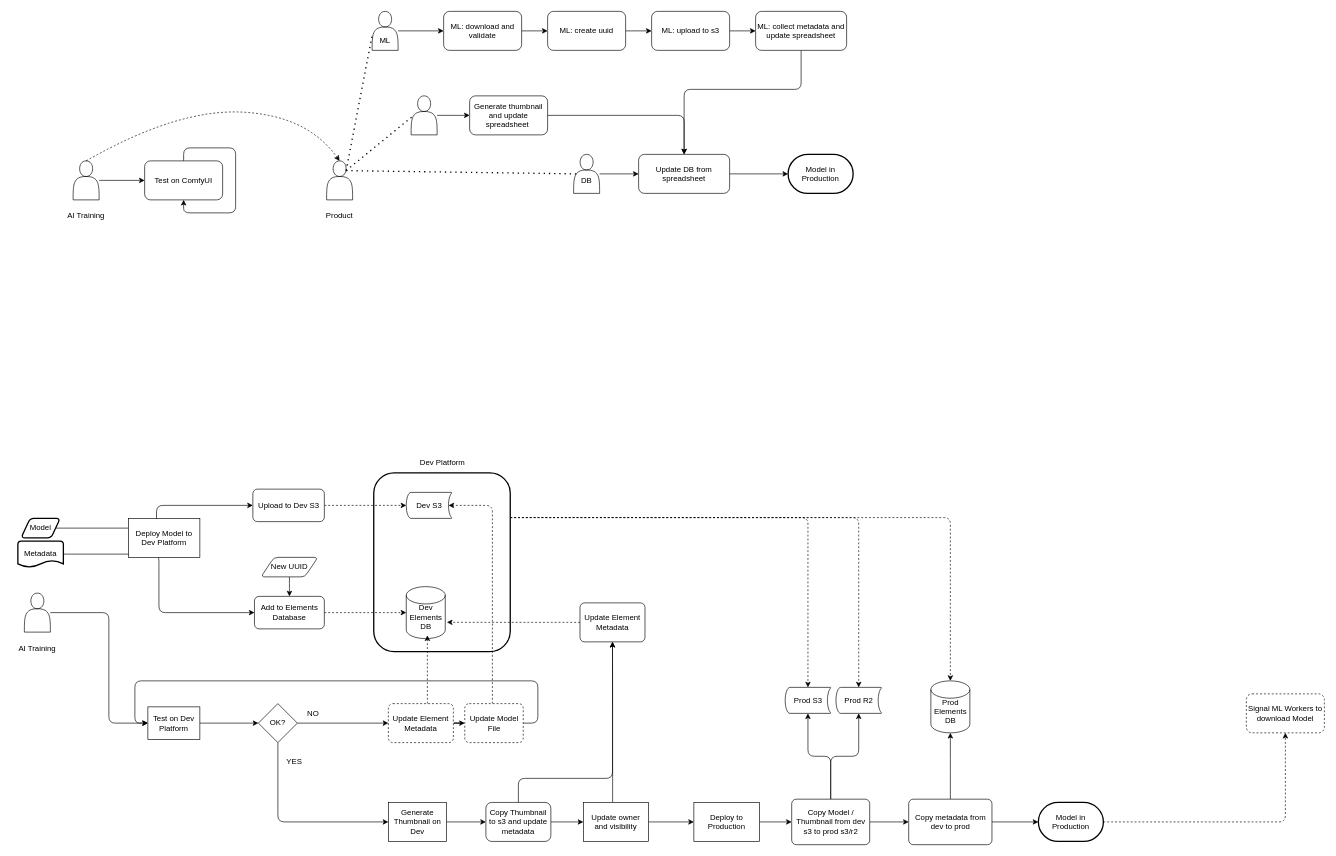
Before: LoRA-lifecycles.drawio in lachlan-nicholson/gravity, a draw.io diagram. Source tidied: cells renumbered, new cells numbered last; positions are measured from the earlier drawing's top-left corner, leaving out a move shared by most shapes. Both pictures are drawn from the tidied source at 65%, with x=0, y=0 at pixel (11, 11).
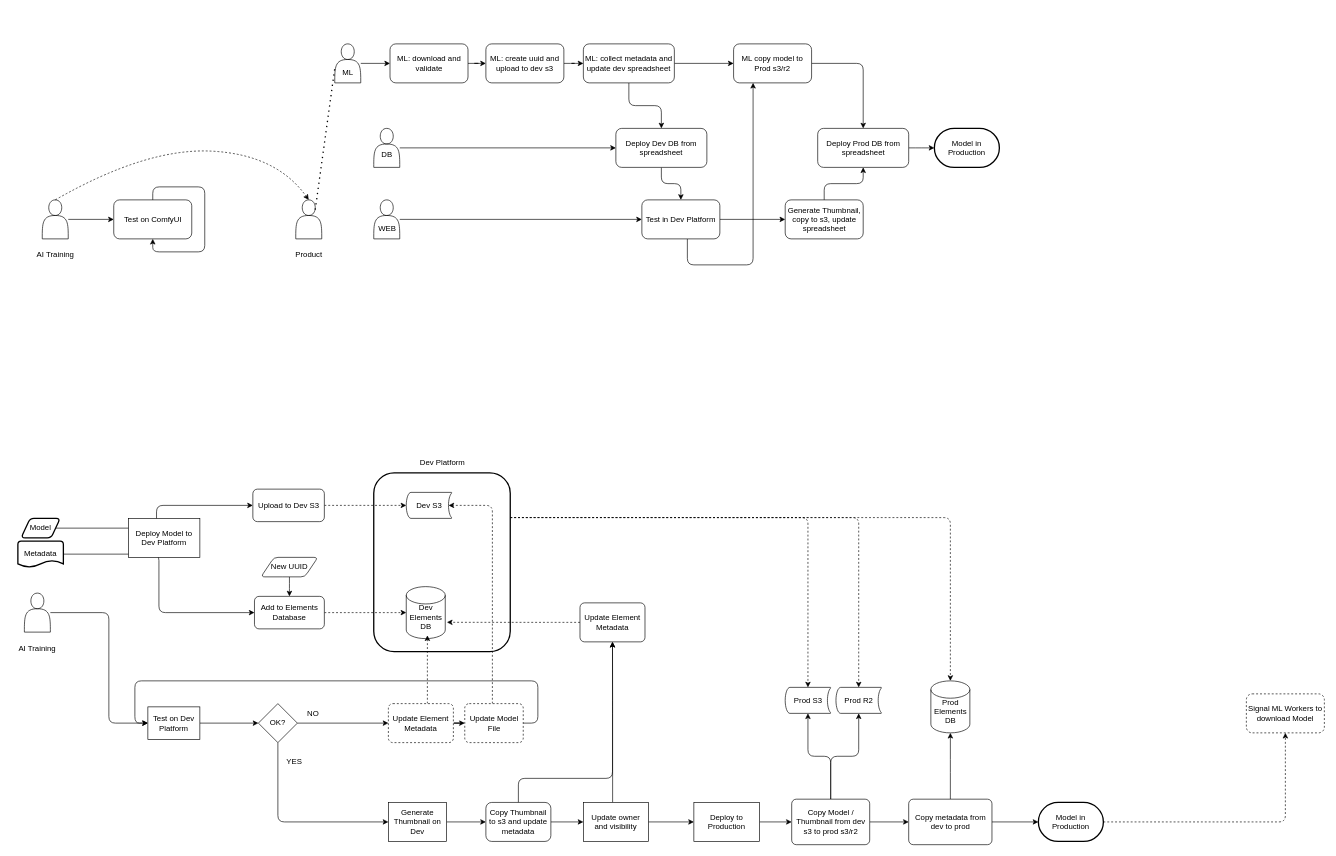
Above is the later version.

Diff of the diagram source:
```diff
@@
     <mxCell id="3" style="shape=actor;whiteSpace=wrap;html=1;rounded=1;" parent="1" vertex="1">
-      <mxGeometry x="95" y="230" width="40" height="60" as="geometry" />
+      <mxGeometry x="47.5" y="290" width="40" height="60" as="geometry" />
     </mxCell>
     <mxCell id="4" value="Test on ComfyUI" style="rounded=1;whiteSpace=wrap;html=1;" parent="1" vertex="1">
-      <mxGeometry x="205" y="230" width="120" height="60" as="geometry" />
+      <mxGeometry x="157.5" y="290" width="120" height="60" as="geometry" />
     </mxCell>
@@
     <mxCell id="6" value="&lt;p style=&quot;line-height: 140%;&quot;&gt;&lt;br&gt;&lt;/p&gt;" style="shape=actor;whiteSpace=wrap;html=1;rounded=1;" parent="1" vertex="1">
-      <mxGeometry x="555" width="40" height="60" as="geometry" />
+      <mxGeometry x="497.5" y="50" width="40" height="60" as="geometry" />
     </mxCell>
@@
     <mxCell id="8" value="ML: download and validate" style="rounded=1;whiteSpace=wrap;html=1;" parent="1" vertex="1">
-      <mxGeometry x="665" width="120" height="60" as="geometry" />
+      <mxGeometry x="582.5" y="50" width="120" height="60" as="geometry" />
     </mxCell>
-    <mxCell id="9" style="edgeStyle=orthogonalEdgeStyle;rounded=1;jettySize=auto;html=1;" parent="1" edge="1" source="10" target="12">
-      <mxGeometry relative="1" as="geometry" />
-    </mxCell>
-    <mxCell id="10" value="ML: upload to s3" style="rounded=1;whiteSpace=wrap;html=1;" parent="1" vertex="1">
-      <mxGeometry x="985" width="120" height="60" as="geometry" />
-    </mxCell>
-    <mxCell id="11" style="edgeStyle=orthogonalEdgeStyle;rounded=1;jettySize=auto;html=1;entryX=0.5;entryY=0;entryDx=0;entryDy=0;" parent="1" edge="1" source="12" target="34">
-      <mxGeometry relative="1" as="geometry">
-        <Array as="points">
-          <mxPoint x="1215" y="120" />
-          <mxPoint x="1035" y="120" />
-        </Array>
-      </mxGeometry>
-    </mxCell>
+    <mxCell id="93" style="edgeStyle=orthogonalEdgeStyle;rounded=1;jettySize=auto;html=1;entryX=0;entryY=0.5;entryDx=0;entryDy=0;" parent="1" edge="1" source="12" target="106">
+      <mxGeometry relative="1" as="geometry" />
+    </mxCell>
+    <mxCell id="94" style="edgeStyle=orthogonalEdgeStyle;rounded=1;jettySize=auto;html=1;entryX=0.5;entryY=0;entryDx=0;entryDy=0;" parent="1" edge="1" source="12" target="101">
+      <mxGeometry relative="1" as="geometry" />
+    </mxCell>
-    <mxCell id="12" value="ML: collect metadata and update spreadsheet" style="rounded=1;whiteSpace=wrap;html=1;" parent="1" vertex="1">
-      <mxGeometry x="1145" width="140" height="60" as="geometry" />
+    <mxCell id="12" value="ML: collect metadata and update dev spreadsheet" style="rounded=1;whiteSpace=wrap;html=1;" parent="1" vertex="1">
+      <mxGeometry x="880" y="50" width="140" height="60" as="geometry" />
     </mxCell>
@@
     <mxCell id="14" style="shape=actor;whiteSpace=wrap;html=1;rounded=1;" parent="1" vertex="1">
-      <mxGeometry x="615" y="130" width="40" height="60" as="geometry" />
+      <mxGeometry x="557.5" y="290" width="40" height="60" as="geometry" />
     </mxCell>
-    <mxCell id="15" style="edgeStyle=orthogonalEdgeStyle;rounded=1;jettySize=auto;html=1;exitX=1;exitY=0.5;exitDx=0;exitDy=0;" parent="1" edge="1" source="16" target="10">
-      <mxGeometry relative="1" as="geometry" />
-    </mxCell>
+    <mxCell id="95" style="edgeStyle=orthogonalEdgeStyle;rounded=1;jettySize=auto;html=1;entryX=0;entryY=0.5;entryDx=0;entryDy=0;" parent="1" edge="1" source="16" target="12">
+      <mxGeometry relative="1" as="geometry" />
+    </mxCell>
-    <mxCell id="16" value="ML: create uuid" style="rounded=1;whiteSpace=wrap;html=1;" parent="1" vertex="1">
-      <mxGeometry x="825" width="120" height="60" as="geometry" />
+    <mxCell id="16" value="ML: create uuid and upload to dev s3" style="rounded=1;whiteSpace=wrap;html=1;" parent="1" vertex="1">
+      <mxGeometry x="730" y="50" width="120" height="60" as="geometry" />
     </mxCell>
-    <mxCell id="17" style="edgeStyle=orthogonalEdgeStyle;rounded=1;jettySize=auto;html=1;entryX=0.5;entryY=0;entryDx=0;entryDy=0;" parent="1" edge="1" source="18" target="34">
-      <mxGeometry relative="1" as="geometry" />
-    </mxCell>
+    <mxCell id="96" style="edgeStyle=orthogonalEdgeStyle;rounded=1;jettySize=auto;html=1;entryX=0;entryY=0.5;entryDx=0;entryDy=0;" parent="1" edge="1" source="18" target="103">
+      <mxGeometry relative="1" as="geometry" />
+    </mxCell>
+    <mxCell id="97" style="edgeStyle=orthogonalEdgeStyle;rounded=1;jettySize=auto;html=1;entryX=0.25;entryY=1;entryDx=0;entryDy=0;" parent="1" edge="1" source="18" target="106">
+      <mxGeometry relative="1" as="geometry">
+        <Array as="points">
+          <mxPoint x="1040" y="390" />
+          <mxPoint x="1141" y="390" />
+        </Array>
+      </mxGeometry>
+    </mxCell>
-    <mxCell id="18" value="Generate thumbnail and update spreadsheet&amp;nbsp;" style="rounded=1;whiteSpace=wrap;html=1;" parent="1" vertex="1">
-      <mxGeometry x="705" y="130" width="120" height="60" as="geometry" />
+    <mxCell id="18" value="Test in Dev Platform" style="rounded=1;whiteSpace=wrap;html=1;" parent="1" vertex="1">
+      <mxGeometry x="970" y="290" width="120" height="60" as="geometry" />
     </mxCell>
@@
-    <mxCell id="21" style="edgeStyle=orthogonalEdgeStyle;rounded=1;jettySize=auto;html=1;entryX=0;entryY=0.5;entryDx=0;entryDy=0;" parent="1" edge="1" source="22" target="34">
-      <mxGeometry relative="1" as="geometry" />
-    </mxCell>
-    <mxCell id="22" style="shape=actor;whiteSpace=wrap;html=1;rounded=1;" parent="1" vertex="1">
-      <mxGeometry x="865" y="220" width="40" height="60" as="geometry" />
-    </mxCell>
@@
     <mxCell id="24" style="shape=actor;whiteSpace=wrap;html=1;rounded=1;" parent="1" vertex="1">
-      <mxGeometry x="485" y="230" width="40" height="60" as="geometry" />
+      <mxGeometry x="437.5" y="290" width="40" height="60" as="geometry" />
     </mxCell>
     <mxCell id="25" style="curved=1;endArrow=classic;html=1;rounded=1;exitX=0.5;exitY=0;exitDx=0;exitDy=0;entryX=0.5;entryY=0;entryDx=0;entryDy=0;dashed=1;" parent="1" edge="1" source="3" target="24">
       <mxGeometry relative="1" as="geometry">
         <Array as="points">
-          <mxPoint x="255" y="150" />
-          <mxPoint x="455" y="160" />
+          <mxPoint x="207.5" y="210" />
+          <mxPoint x="407.5" y="220" />
         </Array>
       </mxGeometry>
     </mxCell>
     <mxCell id="26" value="AI Training" style="text;html=1;strokeColor=none;fillColor=none;align=center;verticalAlign=middle;whiteSpace=wrap;rounded=1;" parent="1" vertex="1">
-      <mxGeometry x="75" y="300" width="80" height="30" as="geometry" />
+      <mxGeometry x="27.5" y="360" width="80" height="30" as="geometry" />
     </mxCell>
     <mxCell id="27" value="Product" style="text;html=1;strokeColor=none;fillColor=none;align=center;verticalAlign=middle;whiteSpace=wrap;rounded=1;" parent="1" vertex="1">
-      <mxGeometry x="465" y="300" width="80" height="30" as="geometry" />
+      <mxGeometry x="417.5" y="360" width="80" height="30" as="geometry" />
     </mxCell>
@@
-    <mxCell id="29" style="endArrow=none;dashed=1;html=1;dashPattern=1 3;strokeWidth=2;rounded=1;exitX=0.75;exitY=0.25;exitDx=0;exitDy=0;exitPerimeter=0;entryX=0.1;entryY=0.5;entryDx=0;entryDy=0;entryPerimeter=0;" parent="1" edge="1" source="24" target="14">
-      <mxGeometry relative="1" as="geometry" />
-    </mxCell>
-    <mxCell id="30" style="endArrow=none;dashed=1;html=1;dashPattern=1 3;strokeWidth=2;rounded=1;exitX=0.75;exitY=0.25;exitDx=0;exitDy=0;exitPerimeter=0;entryX=0.1;entryY=0.5;entryDx=0;entryDy=0;entryPerimeter=0;" parent="1" edge="1" source="24" target="22">
-      <mxGeometry relative="1" as="geometry" />
-    </mxCell>
     <mxCell id="31" value="ML" style="text;html=1;strokeColor=none;fillColor=none;align=center;verticalAlign=middle;whiteSpace=wrap;rounded=1;" parent="1" vertex="1">
-      <mxGeometry x="535" y="30" width="80" height="30" as="geometry" />
+      <mxGeometry x="477.5" y="80" width="80" height="30" as="geometry" />
     </mxCell>
-    <mxCell id="32" value="DB" style="text;html=1;strokeColor=none;fillColor=none;align=center;verticalAlign=middle;whiteSpace=wrap;rounded=1;" parent="1" vertex="1">
-      <mxGeometry x="845" y="245" width="80" height="30" as="geometry" />
-    </mxCell>
-    <mxCell id="33" style="edgeStyle=orthogonalEdgeStyle;rounded=1;jettySize=auto;html=1;entryX=0;entryY=0.5;entryDx=0;entryDy=0;entryPerimeter=0;" parent="1" edge="1" source="34" target="35">
-      <mxGeometry relative="1" as="geometry" />
-    </mxCell>
-    <mxCell id="34" value="Update DB from spreadsheet" style="rounded=1;whiteSpace=wrap;html=1;" parent="1" vertex="1">
-      <mxGeometry x="965" y="220" width="140" height="60" as="geometry" />
-    </mxCell>
     <mxCell id="35" value="Model in Production" style="strokeWidth=2;html=1;shape=mxgraph.flowchart.terminator;whiteSpace=wrap;rounded=1;" parent="1" vertex="1">
-      <mxGeometry x="1195" y="220" width="100" height="60" as="geometry" />
+      <mxGeometry x="1420" y="180" width="100" height="60" as="geometry" />
     </mxCell>
@@
+    <mxCell id="98" style="edgeStyle=orthogonalEdgeStyle;rounded=1;jettySize=auto;html=1;entryX=0;entryY=0.5;entryDx=0;entryDy=0;" parent="1" edge="1" source="99" target="101">
+      <mxGeometry relative="1" as="geometry" />
+    </mxCell>
+    <mxCell id="99" style="shape=actor;whiteSpace=wrap;html=1;rounded=1;" parent="1" vertex="1">
+      <mxGeometry x="557.5" y="180" width="40" height="60" as="geometry" />
+    </mxCell>
+    <mxCell id="32" value="DB" style="text;html=1;strokeColor=none;fillColor=none;align=center;verticalAlign=middle;whiteSpace=wrap;rounded=1;" parent="1" vertex="1">
+      <mxGeometry x="537.5" y="205" width="80" height="30" as="geometry" />
+    </mxCell>
+    <mxCell id="100" style="edgeStyle=orthogonalEdgeStyle;rounded=1;jettySize=auto;html=1;entryX=0.5;entryY=0;entryDx=0;entryDy=0;" parent="1" edge="1" source="101" target="18">
+      <mxGeometry relative="1" as="geometry" />
+    </mxCell>
+    <mxCell id="101" value="Deploy Dev DB from spreadsheet" style="rounded=1;whiteSpace=wrap;html=1;" parent="1" vertex="1">
+      <mxGeometry x="930" y="180" width="140" height="60" as="geometry" />
+    </mxCell>
+    <mxCell id="102" style="edgeStyle=orthogonalEdgeStyle;rounded=1;jettySize=auto;html=1;entryX=0.5;entryY=1;entryDx=0;entryDy=0;" parent="1" edge="1" source="103" target="108">
+      <mxGeometry relative="1" as="geometry" />
+    </mxCell>
+    <mxCell id="103" value="Generate Thumbnail, copy to s3, update spreadsheet" style="rounded=1;whiteSpace=wrap;html=1;" parent="1" vertex="1">
+      <mxGeometry x="1190.5" y="290" width="120" height="60" as="geometry" />
+    </mxCell>
+    <mxCell id="104" value="WEB" style="text;html=1;align=center;verticalAlign=middle;strokeColor=none;fillColor=none;" parent="1" vertex="1">
+      <mxGeometry x="552.5" y="320" width="50" height="30" as="geometry" />
+    </mxCell>
+    <mxCell id="105" style="edgeStyle=orthogonalEdgeStyle;rounded=1;jettySize=auto;html=1;entryX=0.5;entryY=0;entryDx=0;entryDy=0;" parent="1" edge="1" source="106" target="108">
+      <mxGeometry relative="1" as="geometry" />
+    </mxCell>
+    <mxCell id="106" value="ML copy model to Prod s3/r2" style="whiteSpace=wrap;html=1;rounded=1;" parent="1" vertex="1">
+      <mxGeometry x="1111.1" y="50" width="120" height="60" as="geometry" />
+    </mxCell>
+    <mxCell id="107" style="edgeStyle=orthogonalEdgeStyle;rounded=1;jettySize=auto;html=1;entryX=0;entryY=0.5;entryDx=0;entryDy=0;entryPerimeter=0;" parent="1" edge="1" source="108" target="35">
+      <mxGeometry relative="1" as="geometry" />
+    </mxCell>
+    <mxCell id="108" value="Deploy Prod DB from spreadsheet" style="rounded=1;whiteSpace=wrap;html=1;" parent="1" vertex="1">
+      <mxGeometry x="1240.5" y="180" width="140" height="60" as="geometry" />
+    </mxCell>
```
